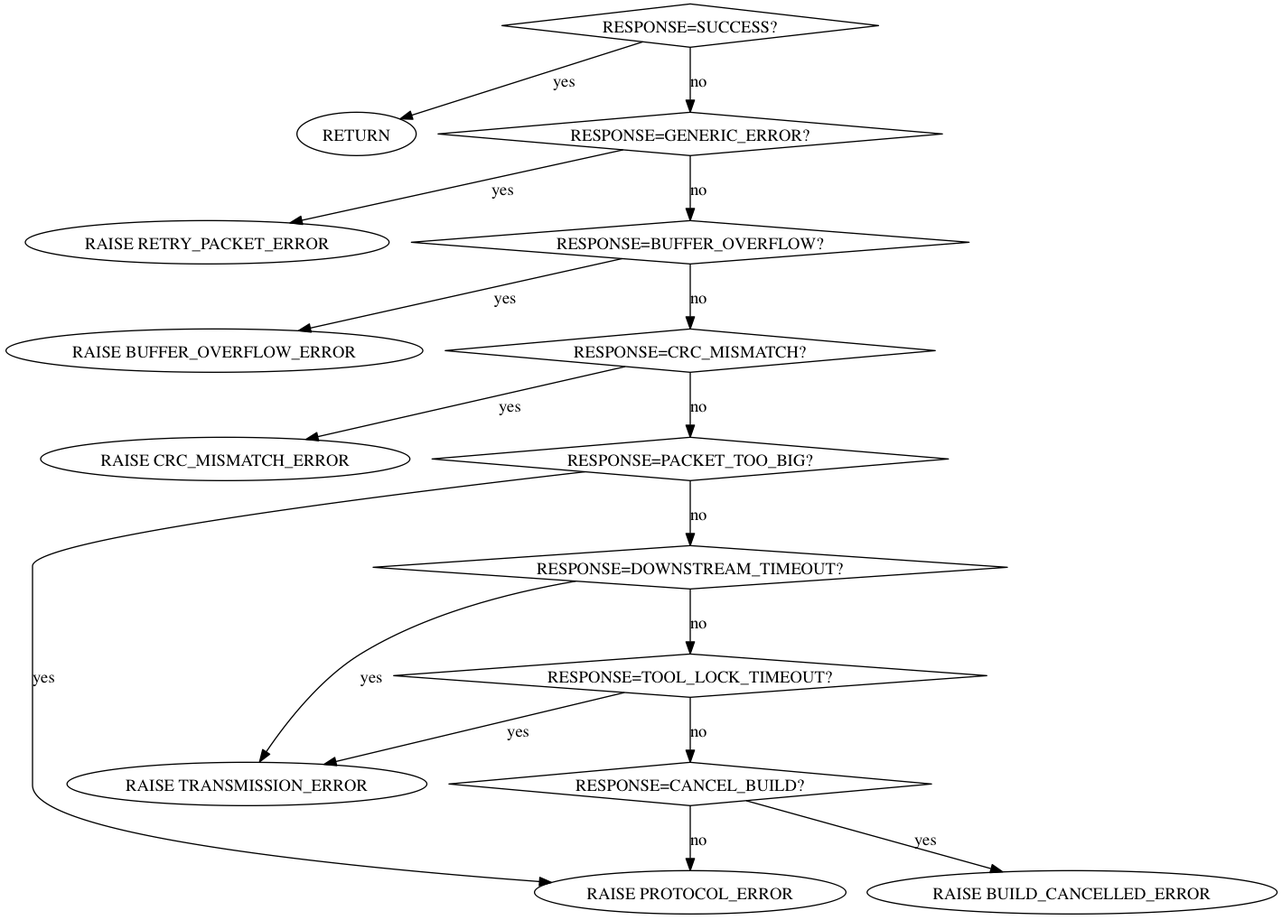
Earlier version of the Graphviz export doc/CheckResponseCode.png (okeefm/s3g). Its source is kept beside it as doc/CheckResponseCode.dot.
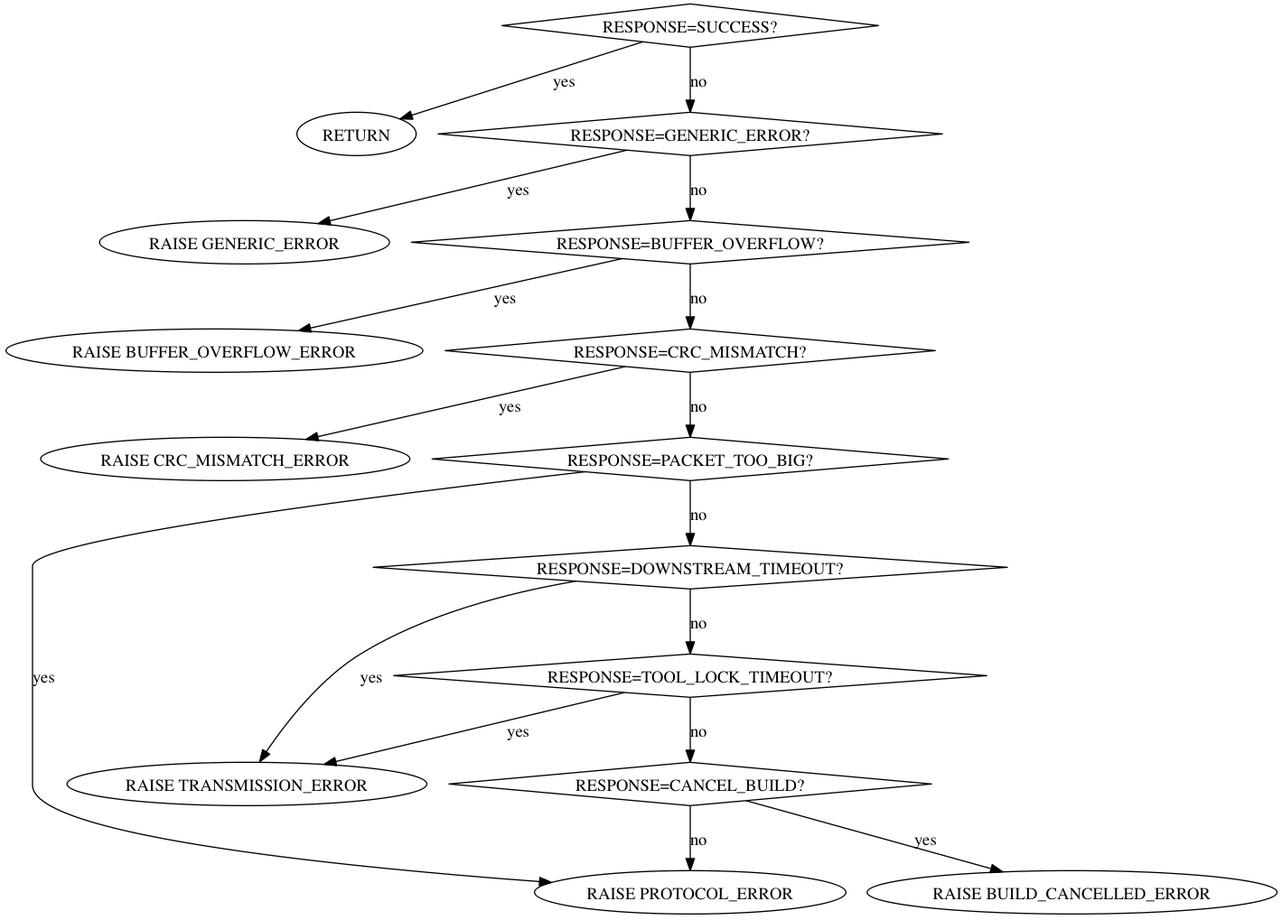
After the commit.

Diff of the diagram source:
```diff
@@ -8,7 +8,7 @@
   "RESPONSE=SUCCESS?" -> "RESPONSE=GENERIC_ERROR?" [label="no", weight=10];
 
   "RESPONSE=GENERIC_ERROR?" [shape=diamond];
-  "RESPONSE=GENERIC_ERROR?" -> "RAISE RETRY_PACKET_ERROR" [label="yes"];
+  "RESPONSE=GENERIC_ERROR?" -> "RAISE GENERIC_ERROR" [label="yes"];
   "RESPONSE=GENERIC_ERROR?" -> "RESPONSE=BUFFER_OVERFLOW?" [label="no", weight=10];
 
   "RESPONSE=BUFFER_OVERFLOW?" [shape=diamond];
```
